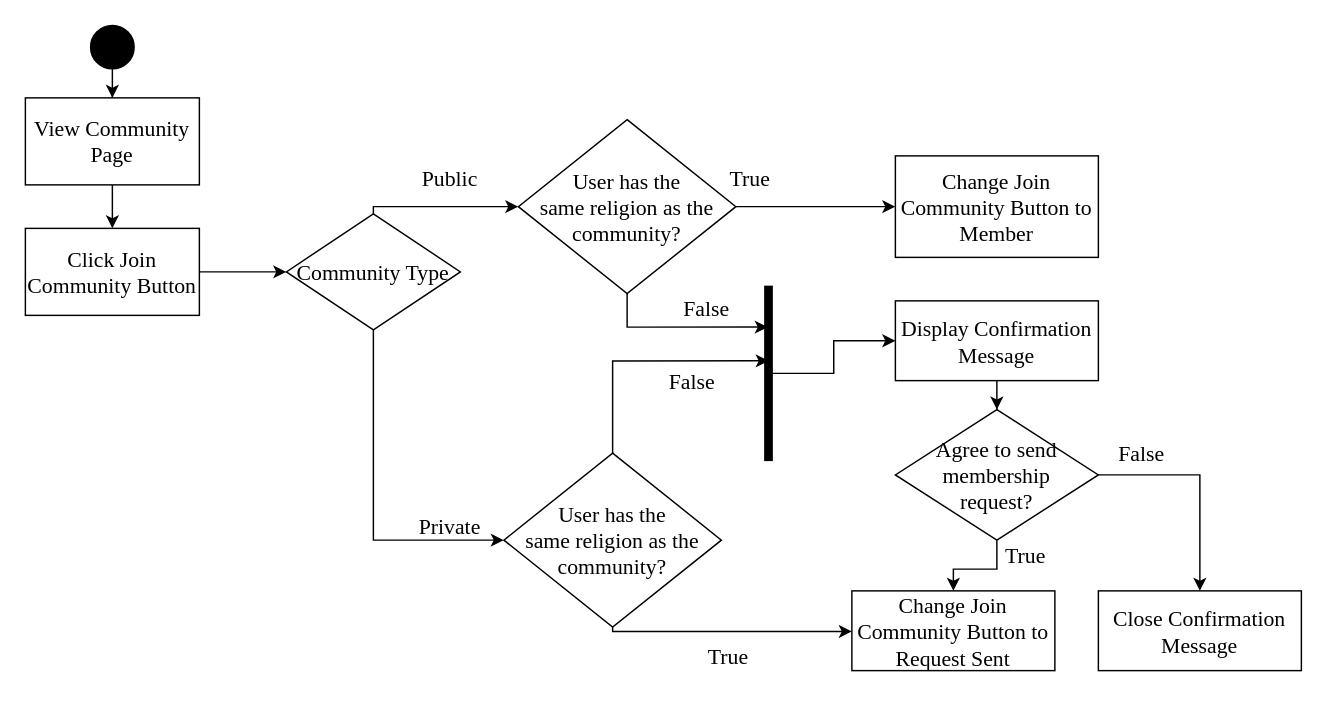
This is page "MembershipRequest" (6 of 12) of ConnexUs_Chap3.drawio from gvillanueva01/ConnexUs_diagrams, a draw.io file, before an edit. Source tidied: cells renumbered, new cells numbered last; positions are measured from the earlier drawing's top-left corner, leaving out a move shared by most shapes. Both pictures are drawn from the tidied source at 145%, with x=0, y=0 at pixel (25, 25).
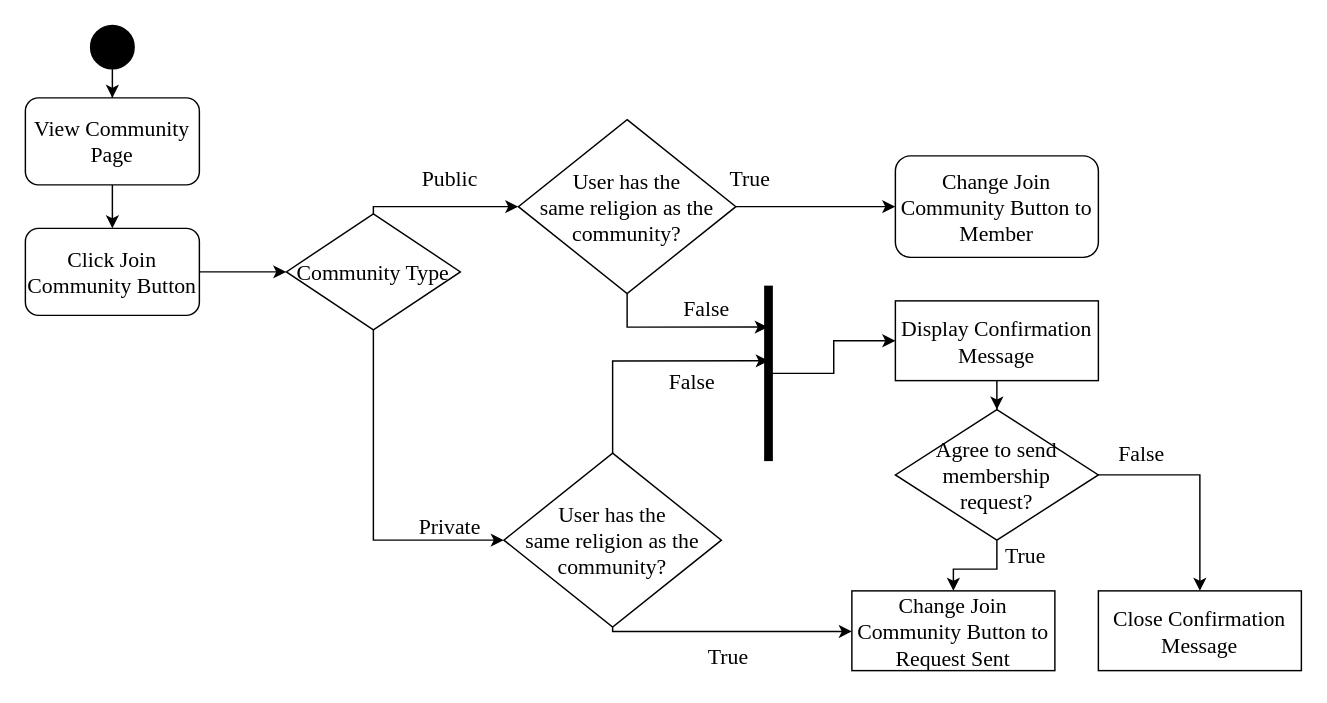
After the change.

Change to the diagram source:
```diff
@@
-    <mxCell id="5" value="View Community Page" style="rounded=0;whiteSpace=wrap;html=1;fontFamily=Times New Roman;fontSize=15;" parent="1" vertex="1">
+    <mxCell id="5" value="View Community Page" style="rounded=1;whiteSpace=wrap;html=1;fontFamily=Times New Roman;fontSize=15;" parent="1" vertex="1">
       <mxGeometry y="50" width="120" height="60" as="geometry" />
     </mxCell>
@@
-    <mxCell id="7" value="Click Join Community Button" style="rounded=0;whiteSpace=wrap;html=1;fontFamily=Times New Roman;fontSize=15;" parent="1" vertex="1">
+    <mxCell id="7" value="Click Join Community Button" style="rounded=1;whiteSpace=wrap;html=1;fontFamily=Times New Roman;fontSize=15;" parent="1" vertex="1">
       <mxGeometry y="140" width="120" height="60" as="geometry" />
     </mxCell>
@@
-    <mxCell id="11" value="Change Join Community Button to Member" style="rounded=0;whiteSpace=wrap;html=1;fontFamily=Times New Roman;fontSize=15;" parent="1" vertex="1">
+    <mxCell id="11" value="Change Join Community Button to Member" style="rounded=1;whiteSpace=wrap;html=1;fontFamily=Times New Roman;fontSize=15;" parent="1" vertex="1">
       <mxGeometry x="600" y="90" width="140" height="70" as="geometry" />
     </mxCell>
```
